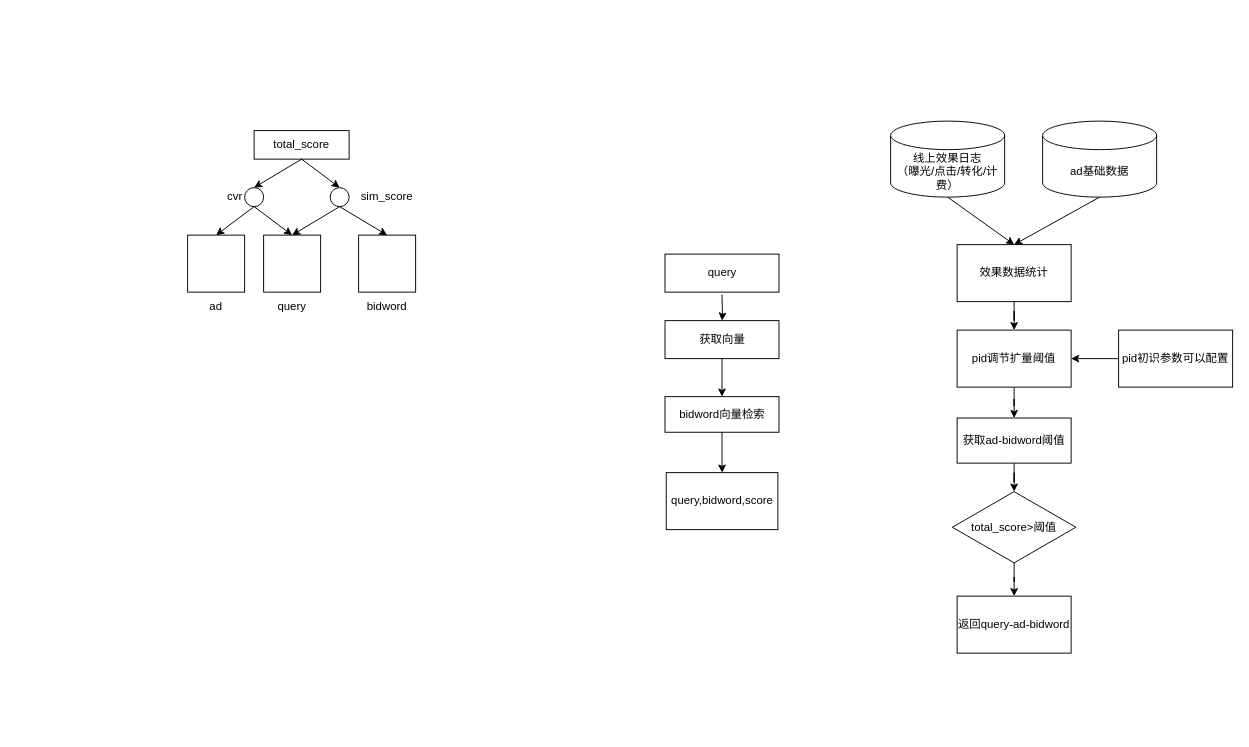
The draw.io diagram 未命名绘图.drawio in sszhaoGit/colab_test, before the edit. Source tidied: cells renumbered, new cells numbered last; positions are measured from the earlier drawing's top-left corner, leaving out a move shared by most shapes. Both pictures are drawn from the tidied source at 95%, with x=0, y=0 at pixel (187, 121).
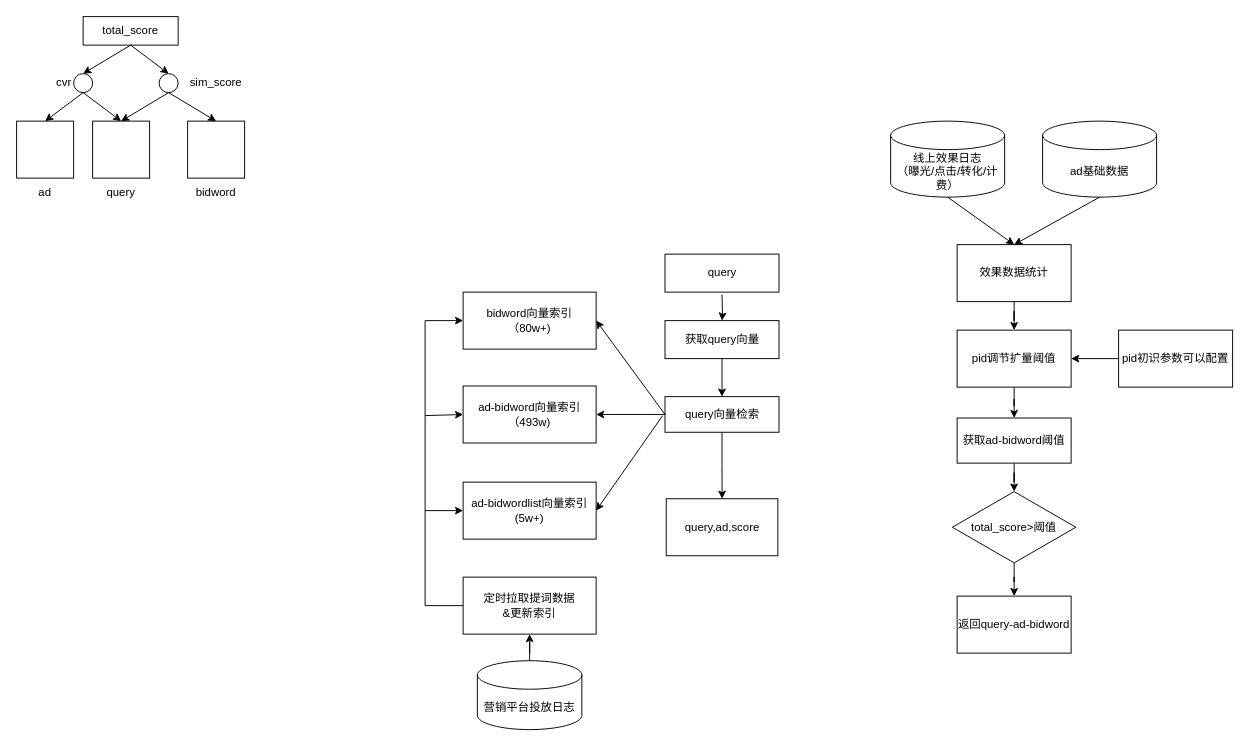
After the change.

The edit, as a diff of the source:
```diff
@@
     <mxCell id="2" style="whiteSpace=wrap;html=1;" parent="1" vertex="1">
-      <mxGeometry y="120" width="60" height="60" as="geometry" />
+      <mxGeometry x="-180" width="60" height="60" as="geometry" />
     </mxCell>
     <mxCell id="3" value="ad" style="text;html=1;strokeColor=none;fillColor=none;align=center;verticalAlign=middle;whiteSpace=wrap;rounded=0;" parent="1" vertex="1">
-      <mxGeometry y="180" width="60" height="30" as="geometry" />
+      <mxGeometry x="-180" y="60" width="60" height="30" as="geometry" />
     </mxCell>
     <mxCell id="4" style="whiteSpace=wrap;html=1;" parent="1" vertex="1">
-      <mxGeometry x="80" y="120" width="60" height="60" as="geometry" />
+      <mxGeometry x="-100" width="60" height="60" as="geometry" />
     </mxCell>
     <mxCell id="5" style="whiteSpace=wrap;html=1;" parent="1" vertex="1">
-      <mxGeometry x="180" y="120" width="60" height="60" as="geometry" />
+      <mxGeometry width="60" height="60" as="geometry" />
     </mxCell>
     <mxCell id="6" value="bidword" style="text;html=1;strokeColor=none;fillColor=none;align=center;verticalAlign=middle;whiteSpace=wrap;rounded=0;" parent="1" vertex="1">
-      <mxGeometry x="180" y="180" width="60" height="30" as="geometry" />
+      <mxGeometry y="60" width="60" height="30" as="geometry" />
     </mxCell>
     <mxCell id="7" value="query" style="text;html=1;strokeColor=none;fillColor=none;align=center;verticalAlign=middle;whiteSpace=wrap;rounded=0;" parent="1" vertex="1">
-      <mxGeometry x="80" y="180" width="60" height="30" as="geometry" />
+      <mxGeometry x="-100" y="60" width="60" height="30" as="geometry" />
     </mxCell>
     <mxCell id="8" style="ellipse;whiteSpace=wrap;html=1;" parent="1" vertex="1">
-      <mxGeometry x="60" y="70" width="20" height="20" as="geometry" />
+      <mxGeometry x="-120" y="-50" width="20" height="20" as="geometry" />
     </mxCell>
@@
     <mxCell id="11" style="ellipse;whiteSpace=wrap;html=1;" parent="1" vertex="1">
-      <mxGeometry x="150" y="70" width="20" height="20" as="geometry" />
+      <mxGeometry x="-30" y="-50" width="20" height="20" as="geometry" />
     </mxCell>
@@
     <mxCell id="14" value="total_score" style="rounded=0;whiteSpace=wrap;html=1;" parent="1" vertex="1">
-      <mxGeometry x="70" y="10" width="100" height="30" as="geometry" />
+      <mxGeometry x="-110" y="-110" width="100" height="30" as="geometry" />
     </mxCell>
     <mxCell id="15" style="endArrow=classic;html=1;rounded=0;exitX=0.5;exitY=1;exitDx=0;exitDy=0;" parent="1" edge="1" source="14">
       <mxGeometry relative="1" as="geometry">
-        <mxPoint x="70" y="70" as="targetPoint" />
+        <mxPoint x="-110" y="-50" as="targetPoint" />
       </mxGeometry>
     </mxCell>
@@
     <mxCell id="17" value="cvr" style="text;html=1;strokeColor=none;fillColor=none;align=center;verticalAlign=middle;whiteSpace=wrap;rounded=0;" parent="1" vertex="1">
-      <mxGeometry x="20" y="65" width="60" height="30" as="geometry" />
+      <mxGeometry x="-160" y="-55" width="60" height="30" as="geometry" />
     </mxCell>
     <mxCell id="18" value="sim_score" style="text;html=1;strokeColor=none;fillColor=none;align=center;verticalAlign=middle;whiteSpace=wrap;rounded=0;" parent="1" vertex="1">
-      <mxGeometry x="180" y="65" width="60" height="30" as="geometry" />
+      <mxGeometry y="-55" width="60" height="30" as="geometry" />
     </mxCell>
@@
-    <mxCell id="36" value="获取向量" style="whiteSpace=wrap;html=1;" parent="1" vertex="1">
+    <mxCell id="36" value="获取query向量" style="whiteSpace=wrap;html=1;" parent="1" vertex="1">
       <mxGeometry x="502.5" y="210" width="120" height="40" as="geometry" />
     </mxCell>
@@
-    <mxCell id="38" value="bidword向量检索" style="rounded=0;whiteSpace=wrap;html=1;" parent="1" vertex="1">
+    <mxCell id="38" value="query向量检索" style="rounded=0;whiteSpace=wrap;html=1;" parent="1" vertex="1">
       <mxGeometry x="502.5" y="290" width="120" height="37.5" as="geometry" />
     </mxCell>
@@
-    <mxCell id="40" value="query,bidword,score" style="whiteSpace=wrap;html=1;rounded=0;" parent="1" vertex="1">
-      <mxGeometry x="503.8" y="370" width="117.5" height="60" as="geometry" />
+    <mxCell id="40" value="query,ad,score" style="whiteSpace=wrap;html=1;rounded=0;" parent="1" vertex="1">
+      <mxGeometry x="503.8" y="397.5" width="117.5" height="60" as="geometry" />
     </mxCell>
+    <mxCell id="41" value="bidword向量索引&lt;br&gt;（80w+)" style="rounded=0;whiteSpace=wrap;html=1;" parent="1" vertex="1">
+      <mxGeometry x="290" y="180" width="140" height="60" as="geometry" />
+    </mxCell>
+    <mxCell id="42" value="ad-bidwordlist向量索引&lt;br&gt;(5w+)" style="rounded=0;whiteSpace=wrap;html=1;" parent="1" vertex="1">
+      <mxGeometry x="290" y="380" width="140" height="60" as="geometry" />
+    </mxCell>
+    <mxCell id="43" value="ad-bidword向量索引&lt;br&gt;（493w)" style="rounded=0;whiteSpace=wrap;html=1;" parent="1" vertex="1">
+      <mxGeometry x="290" y="278.8" width="140" height="60" as="geometry" />
+    </mxCell>
+    <mxCell id="44" style="endArrow=classic;html=1;rounded=0;exitX=0;exitY=0.5;exitDx=0;exitDy=0;entryX=1;entryY=0.5;entryDx=0;entryDy=0;" parent="1" edge="1" source="38" target="41">
+      <mxGeometry relative="1" as="geometry" />
+    </mxCell>
+    <mxCell id="45" style="endArrow=classic;html=1;rounded=0;exitX=0;exitY=0.5;exitDx=0;exitDy=0;entryX=1;entryY=0.5;entryDx=0;entryDy=0;" parent="1" edge="1" source="38" target="43">
+      <mxGeometry relative="1" as="geometry" />
+    </mxCell>
+    <mxCell id="46" style="endArrow=classic;html=1;rounded=0;entryX=1;entryY=0.5;entryDx=0;entryDy=0;" parent="1" edge="1" target="42">
+      <mxGeometry relative="1" as="geometry">
+        <mxPoint x="500" y="310" as="sourcePoint" />
+      </mxGeometry>
+    </mxCell>
+    <mxCell id="47" style="edgeStyle=orthogonalEdgeStyle;rounded=0;jettySize=auto;html=1;" parent="1" edge="1" source="48" target="50">
+      <mxGeometry relative="1" as="geometry" />
+    </mxCell>
+    <mxCell id="48" value="营销平台投放日志" style="shape=cylinder3;whiteSpace=wrap;html=1;boundedLbl=1;backgroundOutline=1;size=15;" parent="1" vertex="1">
+      <mxGeometry x="305" y="568" width="110" height="72.5" as="geometry" />
+    </mxCell>
+    <mxCell id="49" style="edgeStyle=orthogonalEdgeStyle;rounded=0;jettySize=auto;html=1;entryX=0;entryY=0.5;entryDx=0;entryDy=0;" parent="1" edge="1" source="50" target="41">
+      <mxGeometry relative="1" as="geometry">
+        <Array as="points">
+          <mxPoint x="250" y="510" />
+          <mxPoint x="250" y="210" />
+        </Array>
+      </mxGeometry>
+    </mxCell>
+    <mxCell id="50" value="定时拉取提词数据&lt;br&gt;&amp;amp;更新索引" style="whiteSpace=wrap;html=1;" parent="1" vertex="1">
+      <mxGeometry x="290" y="480" width="140" height="60" as="geometry" />
+    </mxCell>
+    <mxCell id="51" style="endArrow=classic;html=1;rounded=0;entryX=0;entryY=0.5;entryDx=0;entryDy=0;" parent="1" edge="1" target="43">
+      <mxGeometry relative="1" as="geometry">
+        <mxPoint x="250" y="310" as="sourcePoint" />
+      </mxGeometry>
+    </mxCell>
+    <mxCell id="52" style="endArrow=classic;html=1;rounded=0;entryX=0;entryY=0.5;entryDx=0;entryDy=0;" parent="1" edge="1" target="42">
+      <mxGeometry relative="1" as="geometry">
+        <mxPoint x="250" y="410" as="sourcePoint" />
+      </mxGeometry>
+    </mxCell>
```
